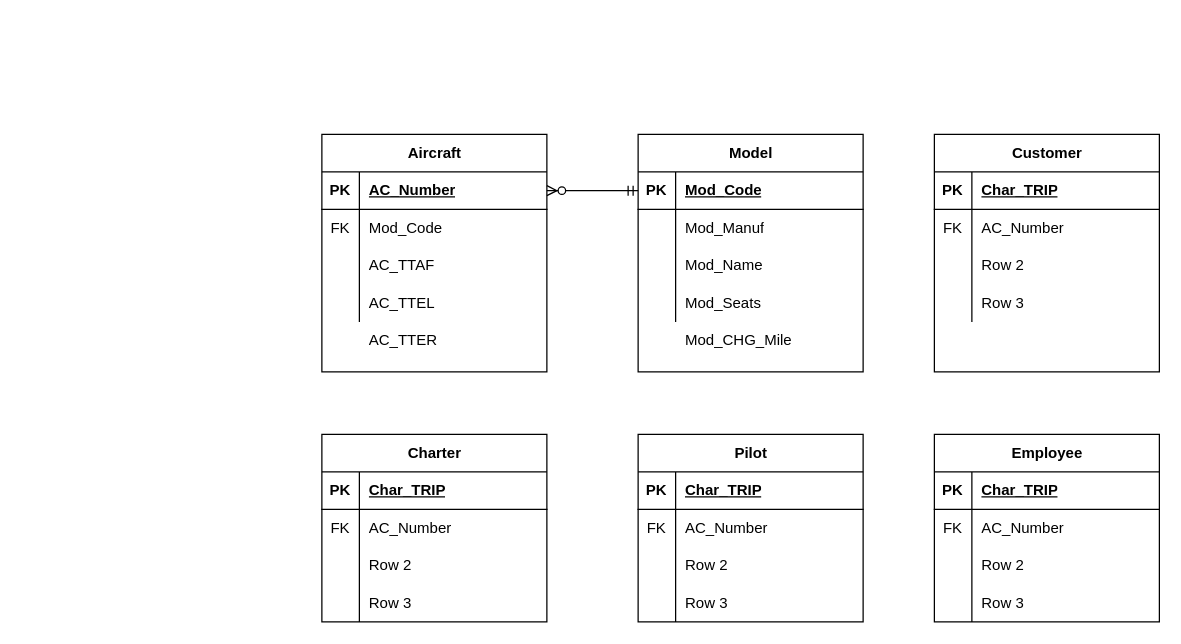
Before: Week4.drawio in TheCSharpAcademy/USC.ICT211.DatabaseDesign, a draw.io diagram. Source tidied: cells renumbered, new cells numbered last; positions are measured from the earlier drawing's top-left corner, leaving out a move shared by most shapes. Both pictures are drawn from the tidied source at 125%, with x=0, y=0 at pixel (321, 134).
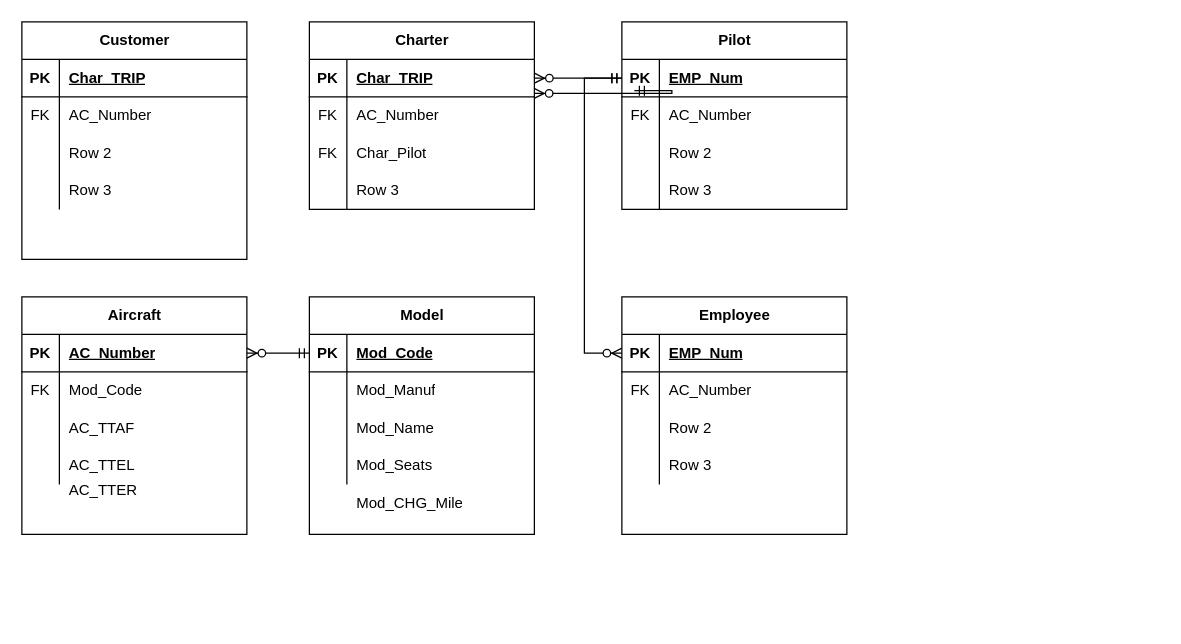
The same page after the edit.

The change refers to these unchanged cells:
```xml
<mxCell id="16" style="shape=tableRow;horizontal=0;startSize=0;swimlaneHead=0;swimlaneBody=0;fillColor=none;points=[[0,0.5],[1,0.5]];portConstraint=eastwest;top=0;left=0;right=0;bottom=1;" parent="15" vertex="1">
  <mxGeometry y="30" width="180" height="30" as="geometry" />
</mxCell>
<mxCell id="19" style="shape=tableRow;horizontal=0;startSize=0;swimlaneHead=0;swimlaneBody=0;fillColor=none;points=[[0,0.5],[1,0.5]];portConstraint=eastwest;top=0;left=0;right=0;bottom=0;" parent="15" vertex="1">
  <mxGeometry y="60" width="180" height="30" as="geometry" />
</mxCell>
<mxCell id="22" style="shape=tableRow;horizontal=0;startSize=0;swimlaneHead=0;swimlaneBody=0;fillColor=none;top=0;left=0;right=0;bottom=0;" parent="15" vertex="1">
  <mxGeometry y="90" width="180" height="30" as="geometry" />
</mxCell>
<mxCell id="46" style="shape=tableRow;horizontal=0;startSize=0;swimlaneHead=0;swimlaneBody=0;fillColor=none;points=[[0,0.5],[1,0.5]];portConstraint=eastwest;top=0;left=0;right=0;bottom=1;" parent="45" vertex="1">
  <mxGeometry y="30" width="180" height="30" as="geometry" />
</mxCell>
<mxCell id="59" style="shape=tableRow;horizontal=0;startSize=0;swimlaneHead=0;swimlaneBody=0;fillColor=none;points=[[0,0.5],[1,0.5]];portConstraint=eastwest;top=0;left=0;right=0;bottom=1;" parent="58" vertex="1">
  <mxGeometry y="30" width="180" height="30" as="geometry" />
</mxCell>
```

Change to the diagram source:
```diff
@@
     <mxCell id="2" value="Aircraft" style="shape=table;startSize=30;childLayout=tableLayout;rowLines=0;fontStyle=1;align=center;html=1;" parent="1" vertex="1">
-      <mxGeometry width="180" height="190" as="geometry" />
+      <mxGeometry x="-240" y="130" width="180" height="190" as="geometry" />
     </mxCell>
@@
     <mxCell id="15" value="Charter" style="shape=table;startSize=30;childLayout=tableLayout;rowLines=0;fontStyle=1;align=center;html=1;" parent="1" vertex="1">
-      <mxGeometry y="240" width="180" height="150" as="geometry" />
+      <mxGeometry x="-10" y="-90" width="180" height="150" as="geometry" />
     </mxCell>
@@
-    <mxCell id="23" style="shape=partialRectangle;fillColor=none;top=0;left=0;bottom=0;right=0;overflow=hidden;whiteSpace=wrap;html=1;" parent="22" vertex="1">
+    <mxCell id="23" value="FK" style="shape=partialRectangle;fillColor=none;top=0;left=0;bottom=0;right=0;overflow=hidden;whiteSpace=wrap;html=1;" parent="22" vertex="1">
       <mxGeometry width="30" height="30" as="geometry" />
     </mxCell>
-    <mxCell id="24" value="Row 2" style="shape=partialRectangle;fillColor=none;top=0;left=0;bottom=0;right=0;align=left;spacingLeft=6;overflow=hidden;whiteSpace=wrap;html=1;" parent="22" vertex="1">
+    <mxCell id="24" value="Char_Pilot" style="shape=partialRectangle;fillColor=none;top=0;left=0;bottom=0;right=0;align=left;spacingLeft=6;overflow=hidden;whiteSpace=wrap;html=1;" parent="22" vertex="1">
       <mxGeometry x="30" width="150" height="30" as="geometry" />
     </mxCell>
@@
     <mxCell id="28" value="Model" style="shape=table;startSize=30;childLayout=tableLayout;rowLines=0;fontStyle=1;align=center;html=1;" parent="1" vertex="1">
-      <mxGeometry x="253" width="180" height="190" as="geometry" />
+      <mxGeometry x="-10" y="130" width="180" height="190" as="geometry" />
     </mxCell>
@@
     <mxCell id="43" value="AC_TTER" style="shape=partialRectangle;fillColor=none;top=0;left=0;bottom=0;right=0;align=left;spacingLeft=6;overflow=hidden;whiteSpace=wrap;html=1;" parent="1" vertex="1">
-      <mxGeometry x="30" y="150" width="150" height="30" as="geometry" />
+      <mxGeometry x="-210" y="270" width="150" height="30" as="geometry" />
     </mxCell>
     <mxCell id="44" value="Mod_CHG_Mile" style="shape=partialRectangle;fillColor=none;top=0;left=0;bottom=0;right=0;align=left;spacingLeft=6;overflow=hidden;whiteSpace=wrap;html=1;" parent="1" vertex="1">
-      <mxGeometry x="283" y="150" width="150" height="30" as="geometry" />
+      <mxGeometry x="20" y="280" width="150" height="30" as="geometry" />
     </mxCell>
     <mxCell id="45" value="Pilot" style="shape=table;startSize=30;childLayout=tableLayout;rowLines=0;fontStyle=1;align=center;html=1;" parent="1" vertex="1">
-      <mxGeometry x="253" y="240" width="180" height="150" as="geometry" />
+      <mxGeometry x="240" y="-90" width="180" height="150" as="geometry" />
     </mxCell>
@@
-    <mxCell id="48" value="Char_TRIP" style="shape=partialRectangle;fillColor=none;top=0;left=0;bottom=0;right=0;align=left;spacingLeft=6;fontStyle=5;overflow=hidden;whiteSpace=wrap;html=1;" parent="46" vertex="1">
+    <mxCell id="48" value="EMP_Num" style="shape=partialRectangle;fillColor=none;top=0;left=0;bottom=0;right=0;align=left;spacingLeft=6;fontStyle=5;overflow=hidden;whiteSpace=wrap;html=1;" parent="46" vertex="1">
       <mxGeometry x="30" width="150" height="30" as="geometry" />
     </mxCell>
@@
     <mxCell id="58" value="Employee" style="shape=table;startSize=30;childLayout=tableLayout;rowLines=0;fontStyle=1;align=center;html=1;" parent="1" vertex="1">
-      <mxGeometry x="490" y="240" width="180" height="150" as="geometry" />
+      <mxGeometry x="240" y="130" width="180" height="190" as="geometry" />
     </mxCell>
@@
-    <mxCell id="61" value="Char_TRIP" style="shape=partialRectangle;fillColor=none;top=0;left=0;bottom=0;right=0;align=left;spacingLeft=6;fontStyle=5;overflow=hidden;whiteSpace=wrap;html=1;" parent="59" vertex="1">
+    <mxCell id="61" value="EMP_Num" style="shape=partialRectangle;fillColor=none;top=0;left=0;bottom=0;right=0;align=left;spacingLeft=6;fontStyle=5;overflow=hidden;whiteSpace=wrap;html=1;" parent="59" vertex="1">
       <mxGeometry x="30" width="150" height="30" as="geometry" />
     </mxCell>
@@
     <mxCell id="71" value="Customer" style="shape=table;startSize=30;childLayout=tableLayout;rowLines=0;fontStyle=1;align=center;html=1;" parent="1" vertex="1">
-      <mxGeometry x="490" width="180" height="190" as="geometry" />
+      <mxGeometry x="-240" y="-90" width="180" height="190" as="geometry" />
     </mxCell>
@@
+    <mxCell id="85" style="edgeStyle=entityRelationEdgeStyle;fontSize=12;html=1;endArrow=ERzeroToMany;startArrow=ERmandOne;rounded=0;exitX=0;exitY=0.5;exitDx=0;exitDy=0;entryX=1;entryY=0.5;entryDx=0;entryDy=0;" parent="1" edge="1" source="46" target="16">
+      <mxGeometry relative="1" as="geometry" />
+    </mxCell>
+    <mxCell id="86" style="edgeStyle=elbowEdgeStyle;fontSize=12;html=1;endArrow=ERzeroToMany;startArrow=ERmandOne;rounded=0;entryX=0;entryY=0.5;entryDx=0;entryDy=0;exitX=0;exitY=0.5;exitDx=0;exitDy=0;" parent="1" edge="1" source="46" target="59">
+      <mxGeometry relative="1" as="geometry">
+        <Array as="points">
+          <mxPoint x="210" y="70" />
+        </Array>
+      </mxGeometry>
+    </mxCell>
+    <mxCell id="87" style="edgeStyle=entityRelationEdgeStyle;fontSize=12;html=1;endArrow=ERzeroToMany;startArrow=ERmandOne;rounded=0;exitX=0;exitY=0.5;exitDx=0;exitDy=0;entryX=0.999;entryY=-0.093;entryDx=0;entryDy=0;entryPerimeter=0;" parent="1" edge="1" target="19">
+      <mxGeometry relative="1" as="geometry">
+        <mxPoint x="250" y="-35" as="sourcePoint" />
+      </mxGeometry>
+    </mxCell>
```
